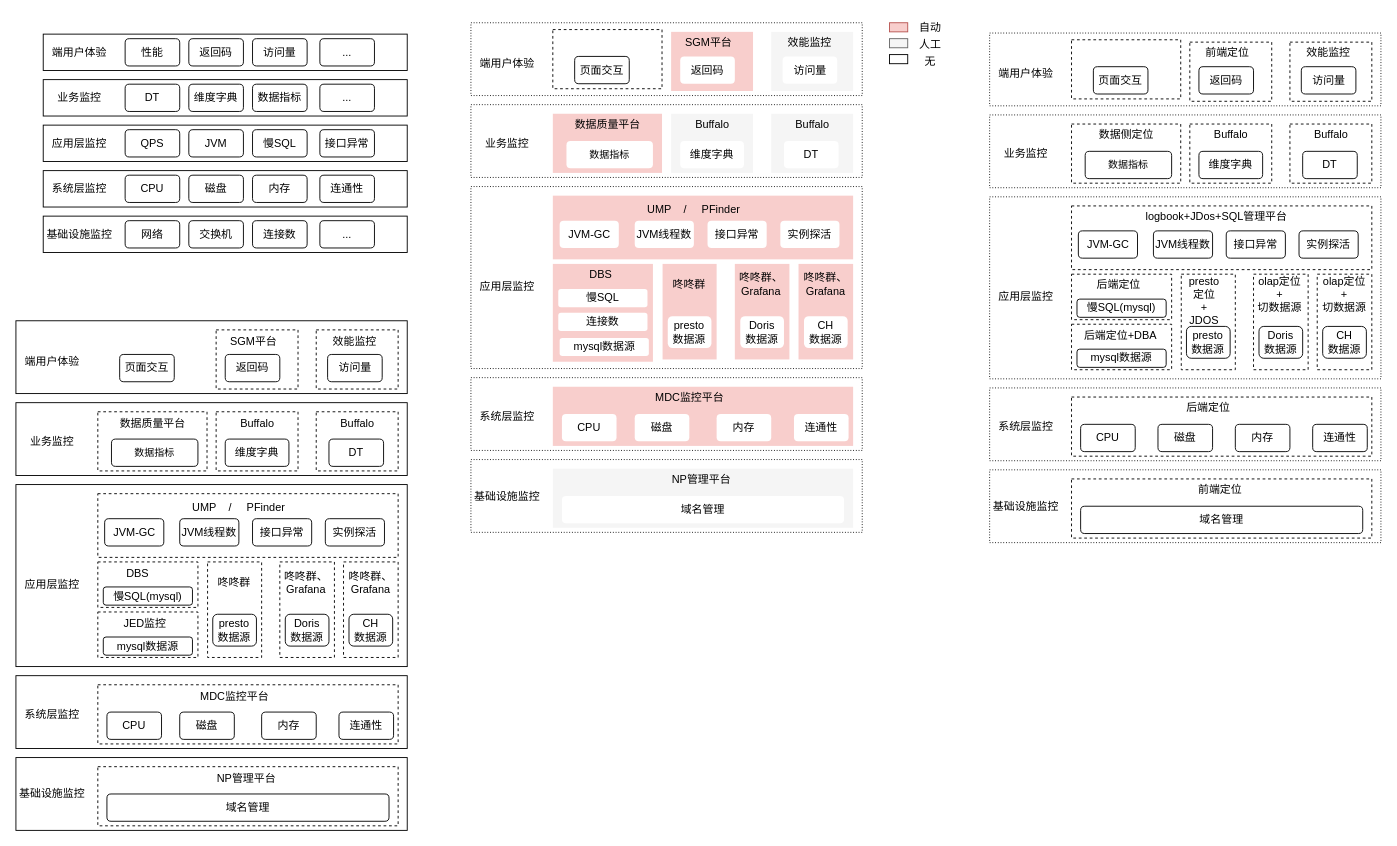
huang-chh/draw keeps this draw.io diagram as demo01/监控.drawio. Above is the earlier version. Source tidied: cells renumbered, new cells numbered last; positions are measured from the earlier drawing's top-left corner, leaving out a move shared by most shapes. Both pictures are drawn from the tidied source at 91%, with x=0, y=0 at pixel (15, 15).
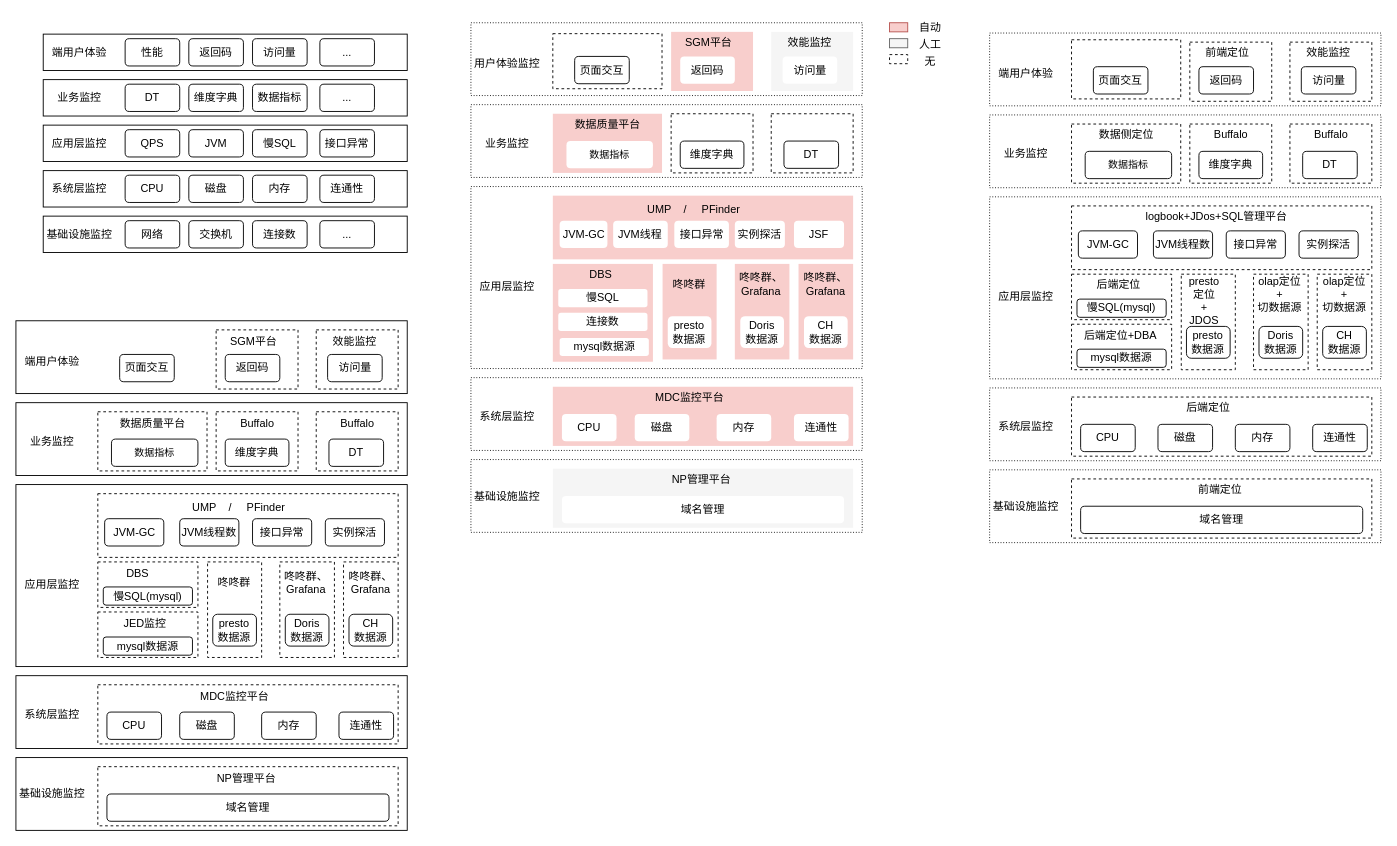
The same page after the edit.

What changed in the source:
```diff
@@
     <mxCell id="3" style="rounded=0;whiteSpace=wrap;html=1;dashed=1;shadow=0;strokeWidth=1;" parent="1" vertex="1">
-      <mxGeometry x="590" y="15" width="120" height="65" as="geometry" />
+      <mxGeometry x="590" y="19.5" width="120" height="60.5" as="geometry" />
     </mxCell>
@@
-    <mxCell id="91" style="rounded=0;whiteSpace=wrap;html=1;dashed=1;strokeWidth=1;fillColor=#f5f5f5;strokeColor=none;fontColor=#333333;" parent="1" vertex="1">
+    <mxCell id="91" style="rounded=0;whiteSpace=wrap;html=1;dashed=1;strokeWidth=1;" parent="1" vertex="1">
       <mxGeometry x="830" y="107.5" width="90" height="65" as="geometry" />
     </mxCell>
-    <mxCell id="92" style="rounded=0;whiteSpace=wrap;html=1;dashed=1;strokeWidth=1;fillColor=#f5f5f5;strokeColor=none;fontColor=#333333;" parent="1" vertex="1">
+    <mxCell id="92" style="rounded=0;whiteSpace=wrap;html=1;dashed=1;strokeWidth=1;" parent="1" vertex="1">
       <mxGeometry x="720" y="107.5" width="90" height="65" as="geometry" />
     </mxCell>
@@
-    <mxCell id="100" value="端用户体验" style="text;html=1;align=center;verticalAlign=middle;whiteSpace=wrap;rounded=0;strokeWidth=1;" parent="1" vertex="1">
+    <mxCell id="100" value="用户体验监控" style="text;html=1;align=center;verticalAlign=middle;whiteSpace=wrap;rounded=0;strokeWidth=1;" parent="1" vertex="1">
       <mxGeometry x="500" y="37.5" width="80" height="30" as="geometry" />
     </mxCell>
@@
     <mxCell id="116" value="JVM-GC" style="rounded=1;whiteSpace=wrap;html=1;strokeWidth=1;strokeColor=none;" parent="1" vertex="1">
-      <mxGeometry x="597.5" y="225" width="65" height="30" as="geometry" />
+      <mxGeometry x="597.5" y="225" width="52.5" height="30" as="geometry" />
     </mxCell>
@@
     <mxCell id="118" value="实例探活" style="rounded=1;whiteSpace=wrap;html=1;strokeWidth=1;strokeColor=none;" parent="1" vertex="1">
-      <mxGeometry x="840" y="225" width="65" height="30" as="geometry" />
+      <mxGeometry x="790" y="225" width="55" height="30" as="geometry" />
     </mxCell>
@@
-    <mxCell id="126" value="维度字典" style="rounded=1;whiteSpace=wrap;html=1;strokeWidth=1;strokeColor=none;" parent="1" vertex="1">
+    <mxCell id="126" value="维度字典" style="rounded=1;whiteSpace=wrap;html=1;strokeWidth=1;strokeColor=default;" parent="1" vertex="1">
       <mxGeometry x="730" y="137.5" width="70" height="30" as="geometry" />
     </mxCell>
-    <mxCell id="127" value="DT" style="rounded=1;whiteSpace=wrap;html=1;strokeWidth=1;strokeColor=none;" parent="1" vertex="1">
+    <mxCell id="127" value="DT" style="rounded=1;whiteSpace=wrap;html=1;strokeWidth=1;strokeColor=default;" parent="1" vertex="1">
       <mxGeometry x="844" y="137.5" width="60" height="30" as="geometry" />
     </mxCell>
@@
-    <mxCell id="129" value="JVM线程数" style="rounded=1;whiteSpace=wrap;html=1;strokeWidth=1;strokeColor=none;" parent="1" vertex="1">
-      <mxGeometry x="680" y="225" width="65" height="30" as="geometry" />
+    <mxCell id="129" value="JVM线程" style="rounded=1;whiteSpace=wrap;html=1;strokeWidth=1;strokeColor=none;" parent="1" vertex="1">
+      <mxGeometry x="656.3" y="225" width="60" height="30" as="geometry" />
     </mxCell>
     <mxCell id="130" value="接口异常" style="rounded=1;whiteSpace=wrap;html=1;strokeWidth=1;strokeColor=none;" parent="1" vertex="1">
-      <mxGeometry x="760" y="225" width="65" height="30" as="geometry" />
+      <mxGeometry x="723.5" y="225" width="60" height="30" as="geometry" />
     </mxCell>
@@
-    <mxCell id="141" value="Buffalo" style="text;html=1;align=center;verticalAlign=middle;whiteSpace=wrap;rounded=0;strokeWidth=1;" parent="1" vertex="1">
-      <mxGeometry x="737.5" y="107.5" width="55" height="25" as="geometry" />
-    </mxCell>
-    <mxCell id="142" value="Buffalo" style="text;html=1;align=center;verticalAlign=middle;whiteSpace=wrap;rounded=0;strokeWidth=1;" parent="1" vertex="1">
-      <mxGeometry x="847.5" y="107.5" width="55" height="25" as="geometry" />
-    </mxCell>
@@
-    <mxCell id="148" style="rounded=0;whiteSpace=wrap;html=1;strokeWidth=1;" parent="1" vertex="1">
+    <mxCell id="148" style="rounded=0;whiteSpace=wrap;html=1;strokeWidth=1;dashed=1;" parent="1" vertex="1">
       <mxGeometry x="960" y="42.5" width="20" height="10" as="geometry" />
     </mxCell>
@@
+    <mxCell id="207" value="JSF" style="rounded=1;whiteSpace=wrap;html=1;strokeWidth=1;strokeColor=none;" parent="1" vertex="1">
+      <mxGeometry x="855" y="225" width="55" height="30" as="geometry" />
+    </mxCell>
```
